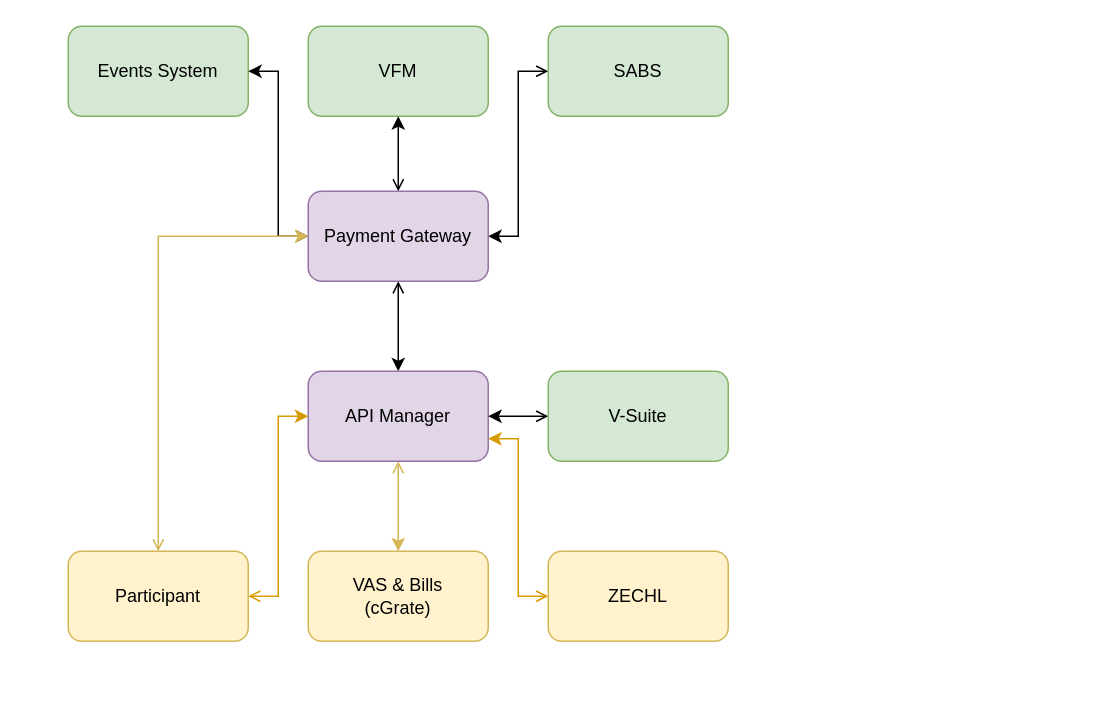
Before: DSS Application Overview.drawio in websplee/diagrams.net, a draw.io diagram. Source tidied: cells renumbered, new cells numbered last; positions are measured from the earlier drawing's top-left corner, leaving out a move shared by most shapes. Both pictures are drawn from the tidied source at 150%, with x=0, y=0 at pixel (68, 26).
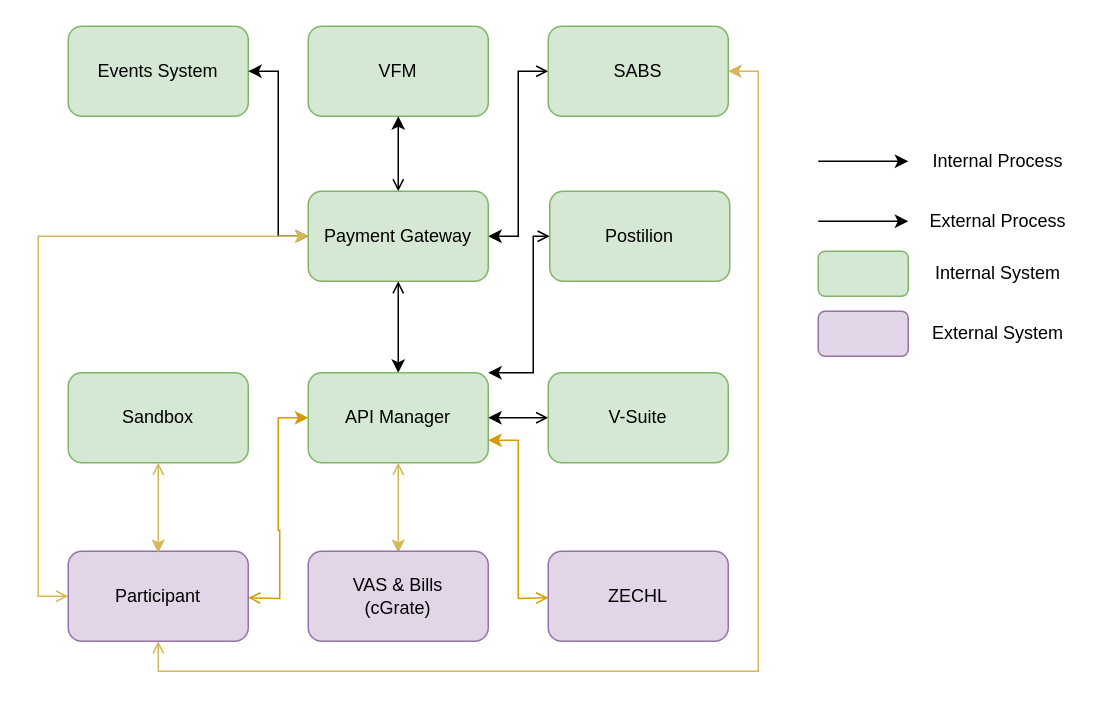
The same page after the edit.

The change refers to these unchanged cells:
```xml
<mxCell id="5" value="SABS" style="rounded=1;whiteSpace=wrap;html=1;fillColor=#d5e8d4;strokeColor=#82b366;" parent="1" vertex="1">
  <mxGeometry x="320" width="120" height="60" as="geometry" />
</mxCell>
```

Diff of the diagram source:
```diff
@@
-    <mxCell id="9" value="Payment Gateway" style="rounded=1;whiteSpace=wrap;html=1;fillColor=#e1d5e7;strokeColor=#9673a6;" parent="1" vertex="1">
+    <mxCell id="9" value="Payment Gateway" style="rounded=1;whiteSpace=wrap;html=1;fillColor=#d5e8d4;strokeColor=#82b366;" parent="1" vertex="1">
       <mxGeometry x="160" y="110" width="120" height="60" as="geometry" />
     </mxCell>
-    <mxCell id="10" style="edgeStyle=orthogonalEdgeStyle;rounded=0;jettySize=auto;html=1;startArrow=open;startFill=0;fillColor=#fff2cc;strokeColor=#d6b656;" parent="1" edge="1" source="11" target="15">
-      <mxGeometry relative="1" as="geometry" />
+    <mxCell id="10" style="edgeStyle=orthogonalEdgeStyle;rounded=0;jettySize=auto;html=1;startArrow=open;startFill=0;fillColor=#fff2cc;strokeColor=#d6b656;" parent="1" edge="1" source="11">
+      <mxGeometry relative="1" as="geometry">
+        <mxPoint x="220" y="351" as="targetPoint" />
+      </mxGeometry>
     </mxCell>
-    <mxCell id="11" value="API Manager" style="rounded=1;whiteSpace=wrap;html=1;fillColor=#e1d5e7;strokeColor=#9673a6;" parent="1" vertex="1">
-      <mxGeometry x="160" y="230" width="120" height="60" as="geometry" />
+    <mxCell id="11" value="API Manager" style="rounded=1;whiteSpace=wrap;html=1;fillColor=#d5e8d4;strokeColor=#82b366;" parent="1" vertex="1">
+      <mxGeometry x="160" y="231" width="120" height="60" as="geometry" />
     </mxCell>
-    <mxCell id="12" style="edgeStyle=orthogonalEdgeStyle;rounded=0;jettySize=auto;html=1;entryX=0;entryY=0.5;entryDx=0;entryDy=0;startArrow=open;startFill=0;fillColor=#ffe6cc;strokeColor=#d79b00;" parent="1" edge="1" source="14" target="11">
-      <mxGeometry relative="1" as="geometry" />
+    <mxCell id="12" style="edgeStyle=orthogonalEdgeStyle;rounded=0;jettySize=auto;html=1;entryX=0;entryY=0.5;entryDx=0;entryDy=0;startArrow=open;startFill=0;fillColor=#ffe6cc;strokeColor=#d79b00;" parent="1" edge="1" target="11">
+      <mxGeometry relative="1" as="geometry">
+        <mxPoint x="120" y="381" as="sourcePoint" />
+      </mxGeometry>
     </mxCell>
     <mxCell id="13" style="edgeStyle=orthogonalEdgeStyle;rounded=0;jettySize=auto;html=1;entryX=0;entryY=0.5;entryDx=0;entryDy=0;startArrow=open;startFill=0;fillColor=#fff2cc;strokeColor=#d6b656;" parent="1" edge="1" source="14" target="9">
       <mxGeometry relative="1" as="geometry">
         <Array as="points">
-          <mxPoint x="60" y="140" />
+          <mxPoint x="-20" y="380" />
+          <mxPoint x="-20" y="140" />
         </Array>
       </mxGeometry>
     </mxCell>
+    <mxCell id="20" style="edgeStyle=orthogonalEdgeStyle;rounded=0;jettySize=auto;html=1;startArrow=open;startFill=0;fillColor=#fff2cc;strokeColor=#d6b656;" parent="1" edge="1" source="14" target="5">
+      <mxGeometry relative="1" as="geometry">
+        <Array as="points">
+          <mxPoint x="60" y="430" />
+          <mxPoint x="460" y="430" />
+          <mxPoint x="460" y="30" />
+        </Array>
+      </mxGeometry>
+    </mxCell>
-    <mxCell id="14" value="Participant" style="rounded=1;whiteSpace=wrap;html=1;fillColor=#fff2cc;strokeColor=#d6b656;" parent="1" vertex="1">
+    <mxCell id="14" value="Participant" style="rounded=1;whiteSpace=wrap;html=1;fillColor=#e1d5e7;strokeColor=#9673a6;" parent="1" vertex="1">
       <mxGeometry y="350" width="120" height="60" as="geometry" />
     </mxCell>
-    <mxCell id="15" value="VAS &amp;amp; Bills&lt;br&gt;(cGrate)" style="rounded=1;whiteSpace=wrap;html=1;fillColor=#fff2cc;strokeColor=#d6b656;" parent="1" vertex="1">
+    <mxCell id="15" value="VAS &amp;amp; Bills&lt;br&gt;(cGrate)" style="rounded=1;whiteSpace=wrap;html=1;fillColor=#e1d5e7;strokeColor=#9673a6;" parent="1" vertex="1">
       <mxGeometry x="160" y="350" width="120" height="60" as="geometry" />
     </mxCell>
-    <mxCell id="16" style="edgeStyle=orthogonalEdgeStyle;rounded=0;jettySize=auto;html=1;entryX=1;entryY=0.75;entryDx=0;entryDy=0;startArrow=open;startFill=0;fillColor=#ffe6cc;strokeColor=#d79b00;" parent="1" edge="1" source="17" target="11">
-      <mxGeometry relative="1" as="geometry" />
+    <mxCell id="16" style="edgeStyle=orthogonalEdgeStyle;rounded=0;jettySize=auto;html=1;entryX=1;entryY=0.75;entryDx=0;entryDy=0;startArrow=open;startFill=0;fillColor=#ffe6cc;strokeColor=#d79b00;" parent="1" edge="1" target="11">
+      <mxGeometry relative="1" as="geometry">
+        <mxPoint x="320" y="381" as="sourcePoint" />
+      </mxGeometry>
     </mxCell>
-    <mxCell id="17" value="ZECHL" style="rounded=1;whiteSpace=wrap;html=1;fillColor=#fff2cc;strokeColor=#d6b656;" parent="1" vertex="1">
+    <mxCell id="17" value="ZECHL" style="rounded=1;whiteSpace=wrap;html=1;fillColor=#e1d5e7;strokeColor=#9673a6;" parent="1" vertex="1">
       <mxGeometry x="320" y="350" width="120" height="60" as="geometry" />
     </mxCell>
@@
     <mxCell id="19" value="V-Suite" style="rounded=1;whiteSpace=wrap;html=1;fillColor=#d5e8d4;strokeColor=#82b366;" parent="1" vertex="1">
-      <mxGeometry x="320" y="230" width="120" height="60" as="geometry" />
+      <mxGeometry x="320" y="231" width="120" height="60" as="geometry" />
     </mxCell>
+    <mxCell id="21" style="endArrow=classic;html=1;" parent="1" edge="1">
+      <mxGeometry relative="1" as="geometry">
+        <mxPoint x="500" y="90" as="sourcePoint" />
+        <mxPoint x="560" y="90" as="targetPoint" />
+      </mxGeometry>
+    </mxCell>
+    <mxCell id="22" style="endArrow=classic;html=1;" parent="1" edge="1">
+      <mxGeometry relative="1" as="geometry">
+        <mxPoint x="500" y="130" as="sourcePoint" />
+        <mxPoint x="560" y="130" as="targetPoint" />
+      </mxGeometry>
+    </mxCell>
+    <mxCell id="23" value="Internal Process" style="text;html=1;strokeColor=none;fillColor=none;align=center;verticalAlign=middle;whiteSpace=wrap;rounded=0;" parent="1" vertex="1">
+      <mxGeometry x="570" y="80" width="100" height="20" as="geometry" />
+    </mxCell>
+    <mxCell id="24" value="External Process" style="text;html=1;strokeColor=none;fillColor=none;align=center;verticalAlign=middle;whiteSpace=wrap;rounded=0;" parent="1" vertex="1">
+      <mxGeometry x="570" y="120" width="100" height="20" as="geometry" />
+    </mxCell>
+    <mxCell id="25" style="rounded=1;whiteSpace=wrap;html=1;fillColor=#d5e8d4;strokeColor=#82b366;" parent="1" vertex="1">
+      <mxGeometry x="500" y="150" width="60" height="30" as="geometry" />
+    </mxCell>
+    <mxCell id="26" value="Internal System" style="text;html=1;strokeColor=none;fillColor=none;align=center;verticalAlign=middle;whiteSpace=wrap;rounded=0;" parent="1" vertex="1">
+      <mxGeometry x="570" y="155" width="100" height="20" as="geometry" />
+    </mxCell>
+    <mxCell id="27" style="rounded=1;whiteSpace=wrap;html=1;fillColor=#e1d5e7;strokeColor=#9673a6;" parent="1" vertex="1">
+      <mxGeometry x="500" y="190" width="60" height="30" as="geometry" />
+    </mxCell>
+    <mxCell id="28" value="External System" style="text;html=1;strokeColor=none;fillColor=none;align=center;verticalAlign=middle;whiteSpace=wrap;rounded=0;" parent="1" vertex="1">
+      <mxGeometry x="570" y="195" width="100" height="20" as="geometry" />
+    </mxCell>
+    <mxCell id="29" style="edgeStyle=orthogonalEdgeStyle;rounded=0;jettySize=auto;html=1;startArrow=open;startFill=0;fillColor=#fff2cc;strokeColor=#d6b656;" parent="1" edge="1" source="30">
+      <mxGeometry relative="1" as="geometry">
+        <mxPoint x="60" y="351" as="targetPoint" />
+      </mxGeometry>
+    </mxCell>
+    <mxCell id="30" value="Sandbox" style="rounded=1;whiteSpace=wrap;html=1;fillColor=#d5e8d4;strokeColor=#82b366;" parent="1" vertex="1">
+      <mxGeometry y="231" width="120" height="60" as="geometry" />
+    </mxCell>
+    <mxCell id="31" style="edgeStyle=orthogonalEdgeStyle;rounded=0;jettySize=auto;html=1;entryX=1;entryY=0;entryDx=0;entryDy=0;startArrow=open;startFill=0;" parent="1" edge="1" source="32" target="11">
+      <mxGeometry relative="1" as="geometry">
+        <Array as="points">
+          <mxPoint x="310" y="140" />
+          <mxPoint x="310" y="231" />
+        </Array>
+      </mxGeometry>
+    </mxCell>
+    <mxCell id="32" value="Postilion" style="rounded=1;whiteSpace=wrap;html=1;fillColor=#d5e8d4;strokeColor=#82b366;" parent="1" vertex="1">
+      <mxGeometry x="321" y="110" width="120" height="60" as="geometry" />
+    </mxCell>
```
